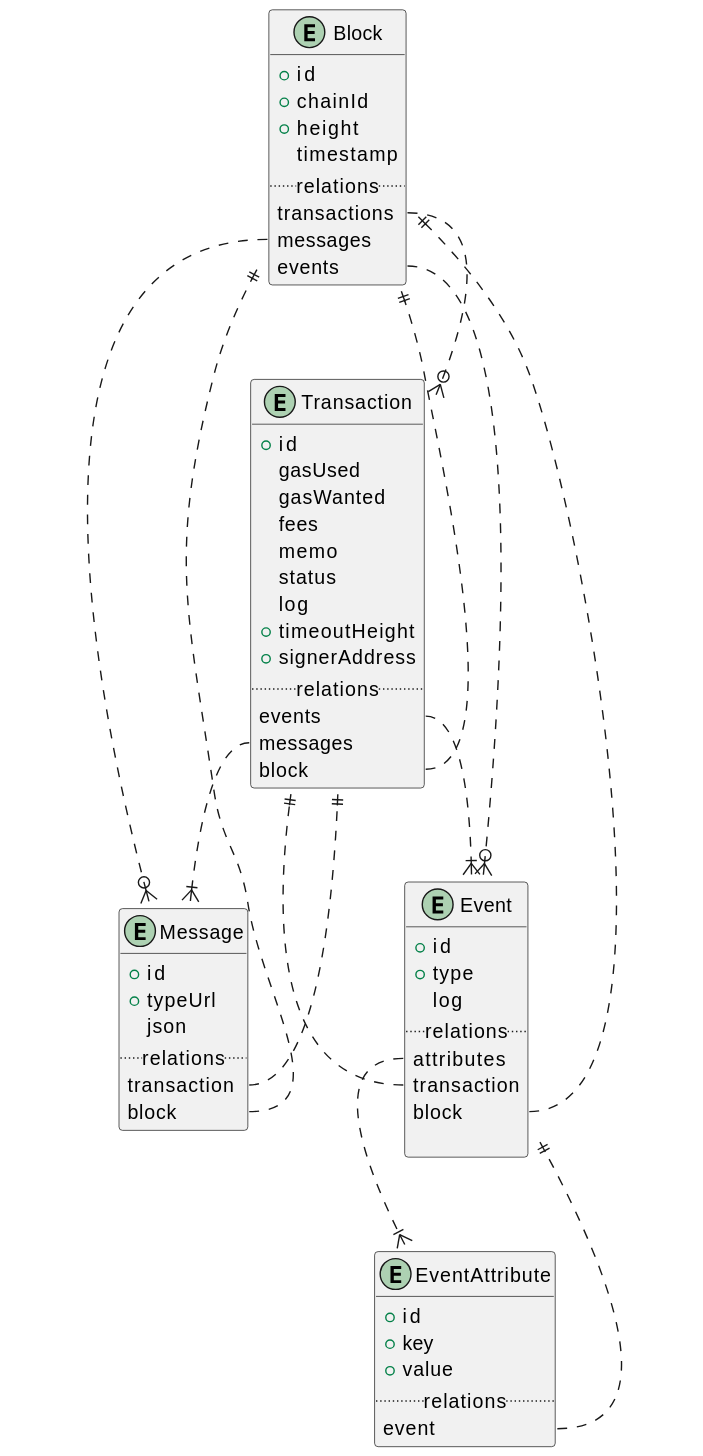
This is docs/assets/entities_api.svg from jiqiang90/ledger-subquery, a PlantUML export, as it was before one commit. Its diagram source:
```plantuml
@startuml
entity Block {
  +id
  +chainId
  +height
  timestamp
  ..relations..
  transactions
  messages
  events
}

entity Transaction {
  +id
  gasUsed
  gasWanted
  fees
  memo
  status
  log
  +timeoutHeight
  +signerAddress
  ..relations..
  events
  messages
  block
}

entity Message {
  +id
  +typeUrl
  json
  ..relations..
  transaction
  block
}

entity Event {
  +id
  +type
  log
  ..relations..
  attributes
  transaction
  block

}

entity EventAttribute {
  +id
  +key
  +value
  ..relations..
  event
}


Block::transaction ..o{ Transaction
Block::messages ..o{ Message
Block::events ..o{ Event

Transaction::events ..|{ Event
Transaction::messages ..|{ Message
Transaction::block ..|| Block

Message::transaction ..|| Transaction
Message::block ...|| Block

Event::attributes ..|{ EventAttribute
Event::transaction ..|| Transaction
Event::block ..|| Block

EventAttribute::event ..|| Event
@enduml
```
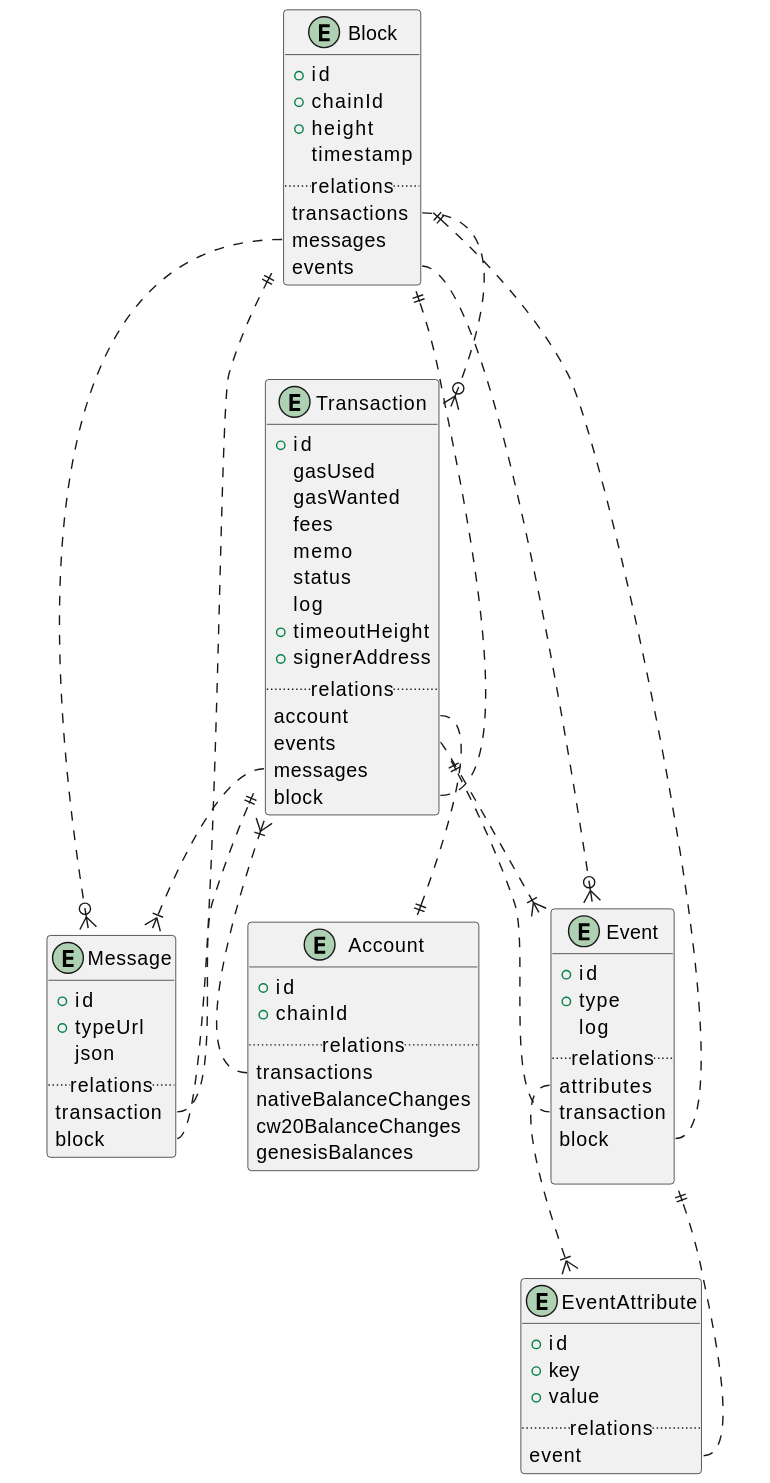
The same file after the commit.

Commit message:
chore: re-generate entity diagram svgs

Change to the diagram source:
```diff
@@ -21,6 +21,7 @@
   +timeoutHeight
   +signerAddress
   ..relations..
+  account
   events
   messages
   block
@@ -54,14 +55,27 @@
   event
 }
 
+entity Account {
+    +id
+    +chainId
+    ..relations..
+    transactions
+    nativeBalanceChanges
+    cw20BalanceChanges
+    genesisBalances
+}
+
 
 Block::transaction ..o{ Transaction
 Block::messages ..o{ Message
 Block::events ..o{ Event
 
+Transaction::account ..|| Account
 Transaction::events ..|{ Event
 Transaction::messages ..|{ Message
 Transaction::block ..|| Block
+
+Account::transaction ..|{ Transaction
 
 Message::transaction ..|| Transaction
 Message::block ...|| Block
```
